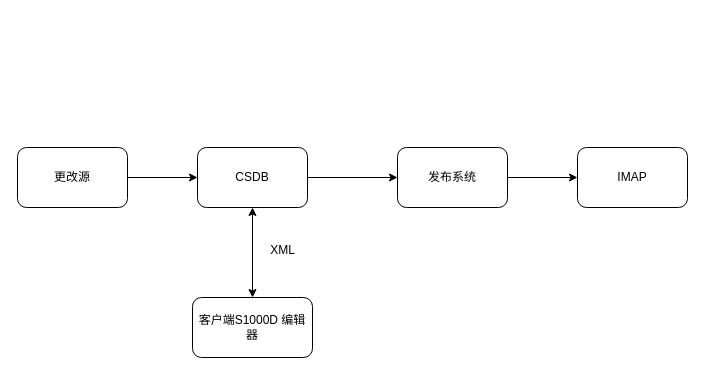
Before: csdb/csdb系统交互.drawio in DemonHan/KuickBuy, a draw.io diagram. Source tidied: cells renumbered, new cells numbered last; positions are measured from the earlier drawing's top-left corner, leaving out a move shared by most shapes. Both pictures are drawn from the tidied source at 100%, with x=0, y=0 at pixel (17, 147).
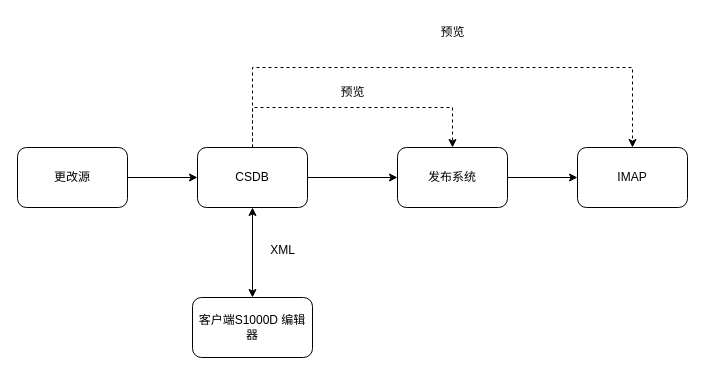
After the change.

Commit message (it also covers changes not shown here):
更新csdb系统交互.drawio

The edit, as a diff of the source:
```diff
@@
 <mxGraphModel>
   <root>
     <mxCell id="0" />
     <mxCell id="1" parent="0" />
     <mxCell id="2" style="edgeStyle=orthogonalEdgeStyle;rounded=0;jettySize=auto;html=1;entryX=0;entryY=0.5;entryDx=0;entryDy=0;" parent="1" edge="1" source="3" target="10">
       <mxGeometry relative="1" as="geometry" />
     </mxCell>
+    <mxCell id="12" style="edgeStyle=orthogonalEdgeStyle;rounded=0;jettySize=auto;html=1;entryX=0.5;entryY=0;entryDx=0;entryDy=0;dashed=1;" parent="1" edge="1" source="3" target="11">
+      <mxGeometry relative="1" as="geometry">
+        <Array as="points">
+          <mxPoint x="235" y="-80" />
+          <mxPoint x="615" y="-80" />
+        </Array>
+      </mxGeometry>
+    </mxCell>
     <mxCell id="3" value="CSDB" style="rounded=1;whiteSpace=wrap;html=1;" parent="1" vertex="1">
       <mxGeometry x="180" width="110" height="60" as="geometry" />
     </mxCell>
     <mxCell id="4" value="客户端S1000D&amp;nbsp;编辑器" style="rounded=1;whiteSpace=wrap;html=1;" parent="1" vertex="1">
       <mxGeometry x="175" y="150" width="120" height="60" as="geometry" />
     </mxCell>
     <mxCell id="5" style="endArrow=classic;startArrow=classic;html=1;rounded=0;entryX=0.5;entryY=1;entryDx=0;entryDy=0;exitX=0.5;exitY=0;exitDx=0;exitDy=0;" parent="1" edge="1" source="4" target="3">
       <mxGeometry relative="1" as="geometry" />
     </mxCell>
     <mxCell id="6" value="XML" style="text;html=1;align=center;verticalAlign=middle;strokeColor=none;fillColor=none;" parent="1" vertex="1">
       <mxGeometry x="240" y="88" width="50" height="30" as="geometry" />
     </mxCell>
     <mxCell id="7" style="edgeStyle=orthogonalEdgeStyle;rounded=0;jettySize=auto;html=1;entryX=0;entryY=0.5;entryDx=0;entryDy=0;" parent="1" edge="1" source="8" target="3">
       <mxGeometry relative="1" as="geometry" />
     </mxCell>
     <mxCell id="8" value="更改源" style="rounded=1;whiteSpace=wrap;html=1;" parent="1" vertex="1">
       <mxGeometry width="110" height="60" as="geometry" />
     </mxCell>
     <mxCell id="9" style="edgeStyle=orthogonalEdgeStyle;rounded=0;jettySize=auto;html=1;" parent="1" edge="1" source="10" target="11">
       <mxGeometry relative="1" as="geometry" />
     </mxCell>
     <mxCell id="10" value="发布系统" style="rounded=1;whiteSpace=wrap;html=1;" parent="1" vertex="1">
       <mxGeometry x="380" width="110" height="60" as="geometry" />
     </mxCell>
     <mxCell id="11" value="IMAP" style="rounded=1;whiteSpace=wrap;html=1;" parent="1" vertex="1">
       <mxGeometry x="560" width="110" height="60" as="geometry" />
     </mxCell>
+    <mxCell id="13" value="预览" style="text;html=1;align=center;verticalAlign=middle;strokeColor=none;fillColor=none;" parent="1" vertex="1">
+      <mxGeometry x="410" y="-130" width="50" height="30" as="geometry" />
+    </mxCell>
+    <mxCell id="14" style="edgeStyle=orthogonalEdgeStyle;rounded=0;jettySize=auto;html=1;entryX=0.5;entryY=0;entryDx=0;entryDy=0;dashed=1;exitX=0.5;exitY=0;exitDx=0;exitDy=0;" parent="1" edge="1" source="3" target="10">
+      <mxGeometry relative="1" as="geometry">
+        <Array as="points">
+          <mxPoint x="235" y="-40" />
+          <mxPoint x="435" y="-40" />
+        </Array>
+      </mxGeometry>
+    </mxCell>
+    <mxCell id="15" value="预览" style="text;html=1;align=center;verticalAlign=middle;strokeColor=none;fillColor=none;" parent="1" vertex="1">
+      <mxGeometry x="310" y="-70" width="50" height="30" as="geometry" />
+    </mxCell>
   </root>
 </mxGraphModel>
```
